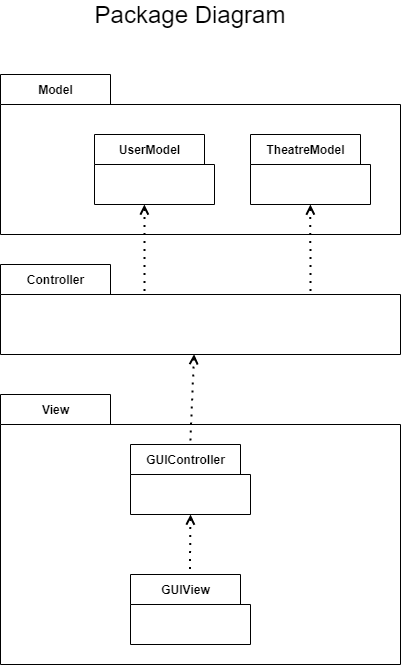
This is PackageDiagram.png from mklasby/ENSF_619_PROJECT, a draw.io export, as it was before one commit. Source tidied: cells renumbered, new cells last; positions are measured from the earlier drawing's top-left corner, leaving out a move shared by most shapes. Source of this version:
```xml
<mxGraphModel>
  <root>
    <mxCell id="0" />
    <mxCell id="1" parent="0" />
    <mxCell id="2" value="View" style="shape=folder;fontStyle=1;tabWidth=110;tabHeight=30;tabPosition=left;html=1;boundedLbl=1;labelInHeader=1;" parent="1" vertex="1">
      <mxGeometry y="390" width="400" height="270" as="geometry" />
    </mxCell>
    <mxCell id="3" value="GUIView" style="shape=folder;fontStyle=1;tabWidth=110;tabHeight=30;tabPosition=left;html=1;boundedLbl=1;labelInHeader=1;" parent="1" vertex="1">
      <mxGeometry x="130" y="570" width="120" height="70" as="geometry" />
    </mxCell>
    <mxCell id="4" value="GUIController" style="shape=folder;fontStyle=1;tabWidth=110;tabHeight=30;tabPosition=left;html=1;boundedLbl=1;labelInHeader=1;" parent="1" vertex="1">
      <mxGeometry x="130" y="440" width="120" height="70" as="geometry" />
    </mxCell>
    <mxCell id="5" value="Controller" style="shape=folder;fontStyle=1;tabWidth=110;tabHeight=30;tabPosition=left;html=1;boundedLbl=1;labelInHeader=1;" parent="1" vertex="1">
      <mxGeometry y="260" width="400" height="90" as="geometry" />
    </mxCell>
    <mxCell id="6" value="Model" style="shape=folder;fontStyle=1;tabWidth=110;tabHeight=30;tabPosition=left;html=1;boundedLbl=1;labelInHeader=1;" parent="1" vertex="1">
      <mxGeometry y="70" width="400" height="160" as="geometry" />
    </mxCell>
    <mxCell id="7" value="UserModel" style="shape=folder;fontStyle=1;tabWidth=110;tabHeight=30;tabPosition=left;html=1;boundedLbl=1;labelInHeader=1;" parent="1" vertex="1">
      <mxGeometry x="94" y="130" width="120" height="70" as="geometry" />
    </mxCell>
    <mxCell id="8" value="TheatreModel" style="shape=folder;fontStyle=1;tabWidth=110;tabHeight=30;tabPosition=left;html=1;boundedLbl=1;labelInHeader=1;" parent="1" vertex="1">
      <mxGeometry x="250" y="130" width="120" height="70" as="geometry" />
    </mxCell>
    <mxCell id="9" style="endArrow=none;dashed=1;html=1;dashPattern=1 3;strokeWidth=2;exitX=0.5;exitY=1;exitDx=0;exitDy=0;exitPerimeter=0;entryX=0.495;entryY=-0.002;entryDx=0;entryDy=0;entryPerimeter=0;startArrow=open;startFill=0;" parent="1" edge="1" source="4" target="3">
      <mxGeometry relative="1" as="geometry" />
    </mxCell>
    <mxCell id="10" style="endArrow=none;dashed=1;html=1;dashPattern=1 3;strokeWidth=2;exitX=0.484;exitY=0.996;exitDx=0;exitDy=0;exitPerimeter=0;entryX=0.495;entryY=-0.002;entryDx=0;entryDy=0;entryPerimeter=0;startArrow=open;startFill=0;" parent="1" edge="1" source="5">
      <mxGeometry relative="1" as="geometry">
        <mxPoint x="189.7" y="440" as="targetPoint" />
      </mxGeometry>
    </mxCell>
    <mxCell id="11" style="endArrow=none;dashed=1;html=1;dashPattern=1 3;strokeWidth=2;exitX=0.484;exitY=0.996;exitDx=0;exitDy=0;exitPerimeter=0;entryX=0.36;entryY=0.344;entryDx=0;entryDy=0;entryPerimeter=0;startArrow=open;startFill=0;" parent="1" edge="1" target="5">
      <mxGeometry relative="1" as="geometry">
        <mxPoint x="143.9" y="200" as="sourcePoint" />
      </mxGeometry>
    </mxCell>
    <mxCell id="12" style="endArrow=none;dashed=1;html=1;dashPattern=1 3;strokeWidth=2;exitX=0.484;exitY=0.996;exitDx=0;exitDy=0;exitPerimeter=0;entryX=0.36;entryY=0.344;entryDx=0;entryDy=0;entryPerimeter=0;startArrow=open;startFill=0;" parent="1" edge="1">
      <mxGeometry relative="1" as="geometry">
        <mxPoint x="309.8" y="200" as="sourcePoint" />
        <mxPoint x="309.9" y="291" as="targetPoint" />
      </mxGeometry>
    </mxCell>
    <mxCell id="13" value="&lt;span style=&quot;font-size: 24px&quot;&gt;Package Diagram&lt;/span&gt;" style="text;html=1;strokeColor=none;fillColor=none;align=center;verticalAlign=middle;whiteSpace=wrap;rounded=0;" parent="1" vertex="1">
      <mxGeometry x="50" width="280" height="20" as="geometry" />
    </mxCell>
  </root>
</mxGraphModel>
```
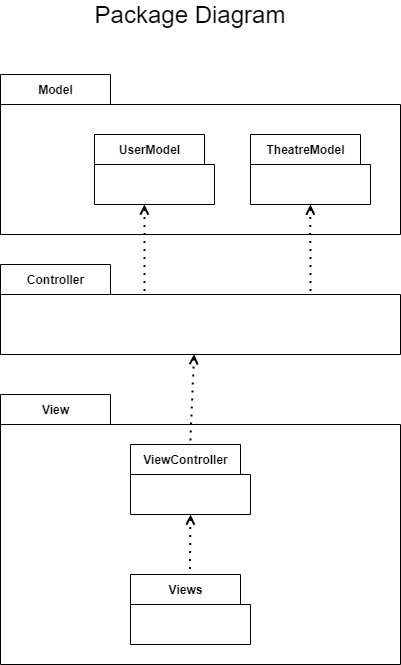
After the commit.

Commit message:
Updated package diagrams

What changed in the source:
```diff
@@ -5,10 +5,10 @@
     <mxCell id="2" value="View" style="shape=folder;fontStyle=1;tabWidth=110;tabHeight=30;tabPosition=left;html=1;boundedLbl=1;labelInHeader=1;" parent="1" vertex="1">
       <mxGeometry y="390" width="400" height="270" as="geometry" />
     </mxCell>
-    <mxCell id="3" value="GUIView" style="shape=folder;fontStyle=1;tabWidth=110;tabHeight=30;tabPosition=left;html=1;boundedLbl=1;labelInHeader=1;" parent="1" vertex="1">
+    <mxCell id="3" value="Views" style="shape=folder;fontStyle=1;tabWidth=110;tabHeight=30;tabPosition=left;html=1;boundedLbl=1;labelInHeader=1;" parent="1" vertex="1">
       <mxGeometry x="130" y="570" width="120" height="70" as="geometry" />
     </mxCell>
-    <mxCell id="4" value="GUIController" style="shape=folder;fontStyle=1;tabWidth=110;tabHeight=30;tabPosition=left;html=1;boundedLbl=1;labelInHeader=1;" parent="1" vertex="1">
+    <mxCell id="4" value="ViewController" style="shape=folder;fontStyle=1;tabWidth=110;tabHeight=30;tabPosition=left;html=1;boundedLbl=1;labelInHeader=1;" parent="1" vertex="1">
       <mxGeometry x="130" y="440" width="120" height="70" as="geometry" />
     </mxCell>
     <mxCell id="5" value="Controller" style="shape=folder;fontStyle=1;tabWidth=110;tabHeight=30;tabPosition=left;html=1;boundedLbl=1;labelInHeader=1;" parent="1" vertex="1">
```
